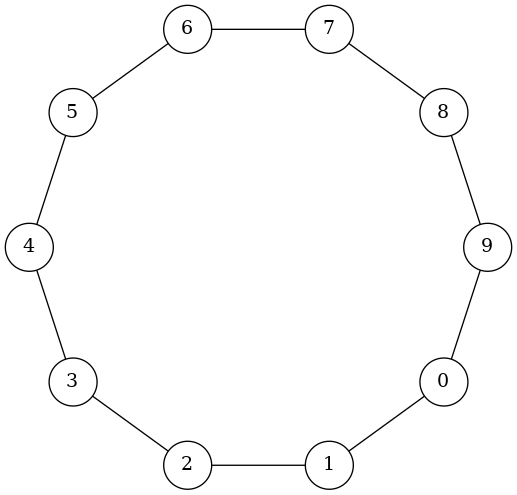
Before: graph.png, a diagram exported from Graphviz (AkiraShougun/Graph-Theory). Its source is kept beside it as graph.dot.
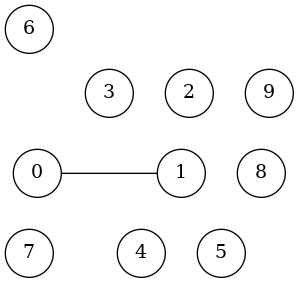
Later version of the same file.

Commit message:
idk whatever

Diff of the diagram source:
```diff
@@ -12,13 +12,4 @@
 8;
 9;
 0 -- 1;
-0 -- 9;
-1 -- 2;
-2 -- 3;
-3 -- 4;
-4 -- 5;
-5 -- 6;
-6 -- 7;
-7 -- 8;
-8 -- 9;
 }
```
